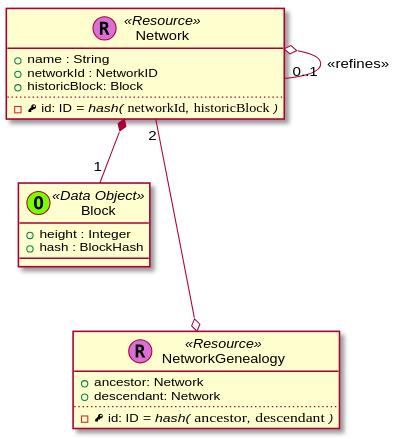
Earlier version of the PlantUML export contrib/trufflesuite/add-network-genealogy/_images/plantuml-930f1ef123c933f665f9601e80fcd1812d629695.svg (trufflesuite/artifact-updates).
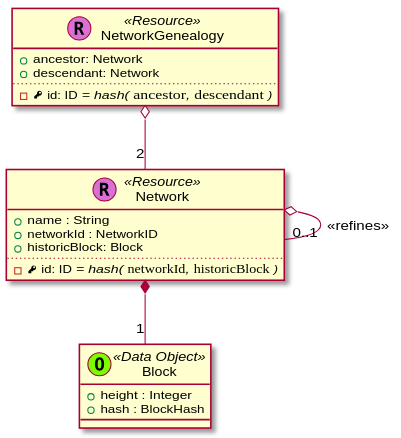
The same diagram one commit later.

The edit, as a diff of the source:
```diff
@@ -42,8 +42,7 @@
       - {field} <&key> id: ID //= hash(// ""ancestor""//,// ""descendant"" //)//
     }
 
-    Network  "2" ---o  NetworkGenealogy
-
+    NetworkGenealogy o-- "2" Network
 
 
 
```
